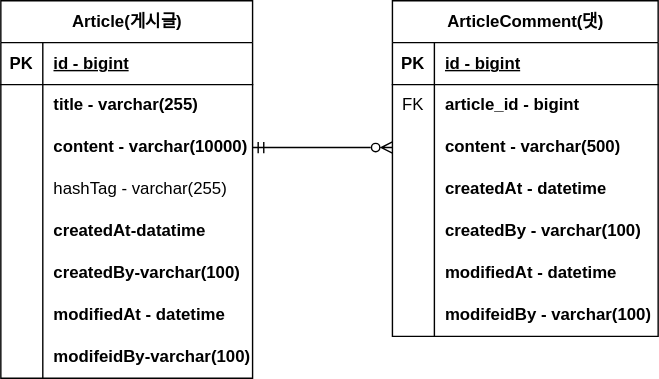
Before: document/project-board-erd.svg, a diagram exported from draw.io (mingang211/fastcampus-project-board). Source tidied: cells renumbered, new cells last; positions are measured from the earlier drawing's top-left corner, leaving out a move shared by most shapes.
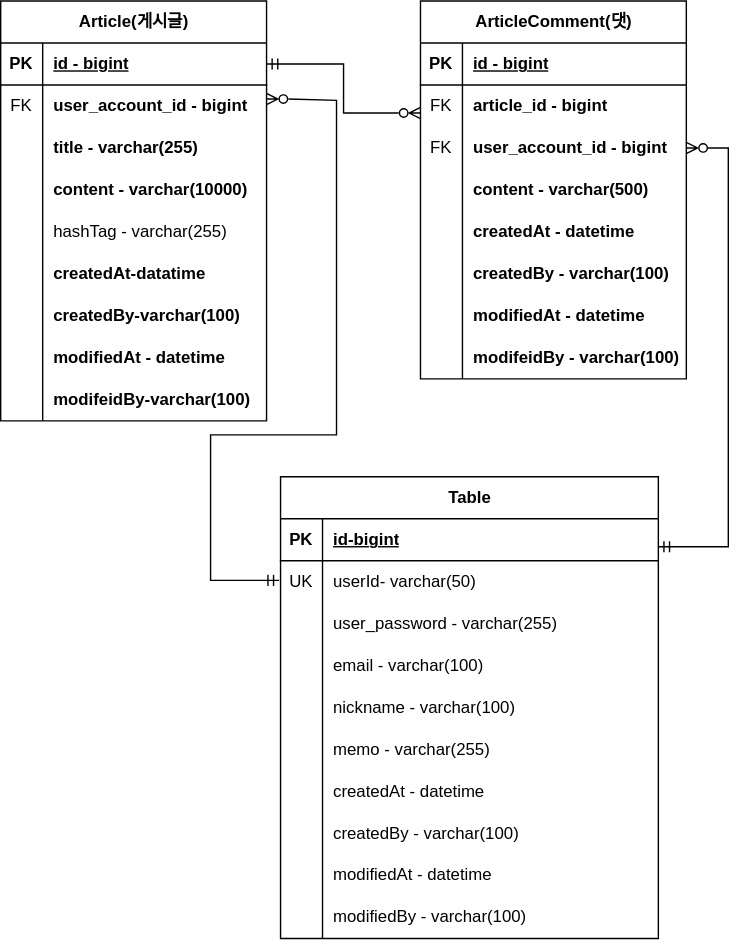
Above is the later version.

Change to the diagram source:
```diff
@@ -5,6 +5,6 @@
     <mxCell id="2" value="Article(게시글)" style="shape=table;startSize=30;rowLines=0;fontStyle=1;align=center;html=1;" parent="1" vertex="1">
-      <mxGeometry width="180" height="270" as="geometry" />
+      <mxGeometry width="190" height="300" as="geometry" />
     </mxCell>
     <mxCell id="3" style="shape=tableRow;horizontal=0;startSize=0;swimlaneHead=0;swimlaneBody=0;fillColor=none;points=[[0,0.5],[1,0.5]];portConstraint=eastwest;top=0;left=0;right=0;bottom=1;" parent="2" vertex="1">
-      <mxGeometry y="30" width="180" height="30" as="geometry" />
+      <mxGeometry y="30" width="190" height="30" as="geometry" />
     </mxCell>
@@ -14,15 +14,24 @@
     <mxCell id="5" value="id - bigint" style="shape=partialRectangle;fillColor=none;top=0;left=0;bottom=0;right=0;align=left;spacingLeft=6;fontStyle=5;overflow=hidden;whiteSpace=wrap;html=1;" parent="3" vertex="1">
-      <mxGeometry x="30" width="150" height="30" as="geometry" />
+      <mxGeometry x="30" width="160" height="30" as="geometry" />
     </mxCell>
     <mxCell id="6" style="shape=tableRow;horizontal=0;startSize=0;swimlaneHead=0;swimlaneBody=0;fillColor=none;top=0;left=0;right=0;bottom=0;" parent="2" vertex="1">
-      <mxGeometry y="60" width="180" height="30" as="geometry" />
+      <mxGeometry y="60" width="190" height="30" as="geometry" />
     </mxCell>
-    <mxCell id="7" style="shape=partialRectangle;fillColor=none;top=0;left=0;bottom=0;right=0;overflow=hidden;whiteSpace=wrap;html=1;" parent="6" vertex="1">
+    <mxCell id="7" value="FK" style="shape=partialRectangle;fillColor=none;top=0;left=0;bottom=0;right=0;overflow=hidden;whiteSpace=wrap;html=1;" parent="6" vertex="1">
       <mxGeometry width="30" height="30" as="geometry" />
     </mxCell>
-    <mxCell id="8" value="title - varchar(255)" style="shape=partialRectangle;fillColor=none;top=0;left=0;bottom=0;right=0;align=left;spacingLeft=6;overflow=hidden;whiteSpace=wrap;html=1;fontStyle=1;" parent="6" vertex="1">
-      <mxGeometry x="30" width="150" height="30" as="geometry" />
+    <mxCell id="8" value="user_account_id - bigint" style="shape=partialRectangle;fillColor=none;top=0;left=0;bottom=0;right=0;align=left;spacingLeft=6;overflow=hidden;whiteSpace=wrap;html=1;fontStyle=1;" parent="6" vertex="1">
+      <mxGeometry x="30" width="160" height="30" as="geometry" />
     </mxCell>
+    <mxCell id="50" style="shape=tableRow;horizontal=0;startSize=0;swimlaneHead=0;swimlaneBody=0;fillColor=none;top=0;left=0;right=0;bottom=0;" parent="2" vertex="1">
+      <mxGeometry y="90" width="190" height="30" as="geometry" />
+    </mxCell>
+    <mxCell id="51" style="shape=partialRectangle;fillColor=none;top=0;left=0;bottom=0;right=0;overflow=hidden;whiteSpace=wrap;html=1;" parent="50" vertex="1">
+      <mxGeometry width="30" height="30" as="geometry" />
+    </mxCell>
+    <mxCell id="52" value="title - varchar(255)" style="shape=partialRectangle;fillColor=none;top=0;left=0;bottom=0;right=0;align=left;spacingLeft=6;overflow=hidden;whiteSpace=wrap;html=1;fontStyle=1;" parent="50" vertex="1">
+      <mxGeometry x="30" width="160" height="30" as="geometry" />
+    </mxCell>
     <mxCell id="9" style="shape=tableRow;horizontal=0;startSize=0;swimlaneHead=0;swimlaneBody=0;fillColor=none;points=[[0,0.5],[1,0.5]];portConstraint=eastwest;top=0;left=0;right=0;bottom=0;" parent="2" vertex="1">
-      <mxGeometry y="90" width="180" height="30" as="geometry" />
+      <mxGeometry y="120" width="190" height="30" as="geometry" />
     </mxCell>
@@ -32,6 +41,6 @@
     <mxCell id="11" value="content - varchar(10000)" style="shape=partialRectangle;fillColor=none;top=0;left=0;bottom=0;right=0;align=left;spacingLeft=6;overflow=hidden;whiteSpace=wrap;html=1;fontStyle=1;" parent="9" vertex="1">
-      <mxGeometry x="30" width="150" height="30" as="geometry" />
+      <mxGeometry x="30" width="160" height="30" as="geometry" />
     </mxCell>
     <mxCell id="12" style="shape=tableRow;horizontal=0;startSize=0;swimlaneHead=0;swimlaneBody=0;fillColor=none;top=0;left=0;right=0;bottom=0;" parent="2" vertex="1">
-      <mxGeometry y="120" width="180" height="30" as="geometry" />
+      <mxGeometry y="150" width="190" height="30" as="geometry" />
     </mxCell>
@@ -41,6 +50,6 @@
     <mxCell id="14" value="hashTag - varchar(255)" style="shape=partialRectangle;fillColor=none;top=0;left=0;bottom=0;right=0;align=left;spacingLeft=6;overflow=hidden;whiteSpace=wrap;html=1;" parent="12" vertex="1">
-      <mxGeometry x="30" width="150" height="30" as="geometry" />
+      <mxGeometry x="30" width="160" height="30" as="geometry" />
     </mxCell>
     <mxCell id="15" style="shape=tableRow;horizontal=0;startSize=0;swimlaneHead=0;swimlaneBody=0;fillColor=none;top=0;left=0;right=0;bottom=0;" parent="2" vertex="1">
-      <mxGeometry y="150" width="180" height="30" as="geometry" />
+      <mxGeometry y="180" width="190" height="30" as="geometry" />
     </mxCell>
@@ -50,6 +59,6 @@
     <mxCell id="17" value="createdAt-datatime" style="shape=partialRectangle;fillColor=none;top=0;left=0;bottom=0;right=0;align=left;spacingLeft=6;overflow=hidden;whiteSpace=wrap;html=1;fontStyle=1;" parent="15" vertex="1">
-      <mxGeometry x="30" width="150" height="30" as="geometry" />
+      <mxGeometry x="30" width="160" height="30" as="geometry" />
     </mxCell>
     <mxCell id="18" style="shape=tableRow;horizontal=0;startSize=0;swimlaneHead=0;swimlaneBody=0;fillColor=none;top=0;left=0;right=0;bottom=0;" parent="2" vertex="1">
-      <mxGeometry y="180" width="180" height="30" as="geometry" />
+      <mxGeometry y="210" width="190" height="30" as="geometry" />
     </mxCell>
@@ -59,6 +68,6 @@
     <mxCell id="20" value="createdBy-varchar(100)" style="shape=partialRectangle;fillColor=none;top=0;left=0;bottom=0;right=0;align=left;spacingLeft=6;overflow=hidden;whiteSpace=wrap;html=1;fontStyle=1;" parent="18" vertex="1">
-      <mxGeometry x="30" width="150" height="30" as="geometry" />
+      <mxGeometry x="30" width="160" height="30" as="geometry" />
     </mxCell>
     <mxCell id="21" style="shape=tableRow;horizontal=0;startSize=0;swimlaneHead=0;swimlaneBody=0;fillColor=none;top=0;left=0;right=0;bottom=0;" parent="2" vertex="1">
-      <mxGeometry y="210" width="180" height="30" as="geometry" />
+      <mxGeometry y="240" width="190" height="30" as="geometry" />
     </mxCell>
@@ -68,6 +77,6 @@
     <mxCell id="23" value="modifiedAt - datetime" style="shape=partialRectangle;fillColor=none;top=0;left=0;bottom=0;right=0;align=left;spacingLeft=6;overflow=hidden;whiteSpace=wrap;html=1;fontStyle=1;" parent="21" vertex="1">
-      <mxGeometry x="30" width="150" height="30" as="geometry" />
+      <mxGeometry x="30" width="160" height="30" as="geometry" />
     </mxCell>
     <mxCell id="24" style="shape=tableRow;horizontal=0;startSize=0;swimlaneHead=0;swimlaneBody=0;fillColor=none;top=0;left=0;right=0;bottom=0;" parent="2" vertex="1">
-      <mxGeometry y="240" width="180" height="30" as="geometry" />
+      <mxGeometry y="270" width="190" height="30" as="geometry" />
     </mxCell>
@@ -77,6 +86,6 @@
     <mxCell id="26" value="modifeidBy-varchar(100)" style="shape=partialRectangle;fillColor=none;top=0;left=0;bottom=0;right=0;align=left;spacingLeft=6;overflow=hidden;whiteSpace=wrap;html=1;fontStyle=1;" parent="24" vertex="1">
-      <mxGeometry x="30" width="150" height="30" as="geometry" />
+      <mxGeometry x="30" width="160" height="30" as="geometry" />
     </mxCell>
     <mxCell id="27" value="ArticleComment(댓)" style="shape=table;startSize=30;rowLines=0;fontStyle=1;align=center;html=1;" parent="1" vertex="1">
-      <mxGeometry x="280" width="190" height="240" as="geometry" />
+      <mxGeometry x="300" width="190" height="270" as="geometry" />
     </mxCell>
@@ -100,4 +109,13 @@
     </mxCell>
+    <mxCell id="53" style="shape=tableRow;horizontal=0;startSize=0;swimlaneHead=0;swimlaneBody=0;fillColor=none;points=[[0,0.5],[1,0.5]];portConstraint=eastwest;top=0;left=0;right=0;bottom=0;" parent="27" vertex="1">
+      <mxGeometry y="90" width="190" height="30" as="geometry" />
+    </mxCell>
+    <mxCell id="54" value="FK" style="shape=partialRectangle;fillColor=none;top=0;left=0;bottom=0;right=0;overflow=hidden;whiteSpace=wrap;html=1;" parent="53" vertex="1">
+      <mxGeometry width="30" height="30" as="geometry" />
+    </mxCell>
+    <mxCell id="55" value="user_account_id - bigint" style="shape=partialRectangle;fillColor=none;top=0;left=0;bottom=0;right=0;align=left;spacingLeft=6;overflow=hidden;whiteSpace=wrap;html=1;fontStyle=1;" parent="53" vertex="1">
+      <mxGeometry x="30" width="160" height="30" as="geometry" />
+    </mxCell>
     <mxCell id="34" style="shape=tableRow;horizontal=0;startSize=0;swimlaneHead=0;swimlaneBody=0;fillColor=none;points=[[0,0.5],[1,0.5]];portConstraint=eastwest;top=0;left=0;right=0;bottom=0;" parent="27" vertex="1">
-      <mxGeometry y="90" width="190" height="30" as="geometry" />
+      <mxGeometry y="120" width="190" height="30" as="geometry" />
     </mxCell>
@@ -110,3 +128,3 @@
     <mxCell id="37" style="shape=tableRow;horizontal=0;startSize=0;swimlaneHead=0;swimlaneBody=0;fillColor=none;top=0;left=0;right=0;bottom=0;" parent="27" vertex="1">
-      <mxGeometry y="120" width="190" height="30" as="geometry" />
+      <mxGeometry y="150" width="190" height="30" as="geometry" />
     </mxCell>
@@ -119,3 +137,3 @@
     <mxCell id="40" style="shape=tableRow;horizontal=0;startSize=0;swimlaneHead=0;swimlaneBody=0;fillColor=none;top=0;left=0;right=0;bottom=0;" parent="27" vertex="1">
-      <mxGeometry y="150" width="190" height="30" as="geometry" />
+      <mxGeometry y="180" width="190" height="30" as="geometry" />
     </mxCell>
@@ -128,3 +146,3 @@
     <mxCell id="43" style="shape=tableRow;horizontal=0;startSize=0;swimlaneHead=0;swimlaneBody=0;fillColor=none;top=0;left=0;right=0;bottom=0;" parent="27" vertex="1">
-      <mxGeometry y="180" width="190" height="30" as="geometry" />
+      <mxGeometry y="210" width="190" height="30" as="geometry" />
     </mxCell>
@@ -137,3 +155,3 @@
     <mxCell id="46" style="shape=tableRow;horizontal=0;startSize=0;swimlaneHead=0;swimlaneBody=0;fillColor=none;top=0;left=0;right=0;bottom=0;" parent="27" vertex="1">
-      <mxGeometry y="210" width="190" height="30" as="geometry" />
+      <mxGeometry y="240" width="190" height="30" as="geometry" />
     </mxCell>
@@ -145,5 +163,125 @@
     </mxCell>
-    <mxCell id="49" style="edgeStyle=orthogonalEdgeStyle;rounded=0;jettySize=auto;html=1;entryX=0;entryY=0.5;entryDx=0;entryDy=0;endArrow=ERzeroToMany;endFill=0;startArrow=ERmandOne;startFill=0;" parent="1" edge="1" source="9" target="34">
+    <mxCell id="49" style="edgeStyle=orthogonalEdgeStyle;rounded=0;jettySize=auto;html=1;entryX=0;entryY=0.667;entryDx=0;entryDy=0;endArrow=ERzeroToMany;endFill=0;startArrow=ERmandOne;startFill=0;exitX=1;exitY=0.5;exitDx=0;exitDy=0;entryPerimeter=0;" parent="1" edge="1" source="3" target="31">
       <mxGeometry relative="1" as="geometry" />
     </mxCell>
+    <mxCell id="56" value="Table" style="shape=table;startSize=30;rowLines=0;fontStyle=1;align=center;html=1;" parent="1" vertex="1">
+      <mxGeometry x="200" y="340" width="270" height="330" as="geometry" />
+    </mxCell>
+    <mxCell id="57" style="shape=tableRow;horizontal=0;startSize=0;swimlaneHead=0;swimlaneBody=0;fillColor=none;top=0;left=0;right=0;bottom=1;" parent="56" vertex="1">
+      <mxGeometry y="30" width="270" height="30" as="geometry" />
+    </mxCell>
+    <mxCell id="58" value="PK" style="shape=partialRectangle;fillColor=none;top=0;left=0;bottom=0;right=0;fontStyle=1;overflow=hidden;whiteSpace=wrap;html=1;" parent="57" vertex="1">
+      <mxGeometry width="30" height="30" as="geometry" />
+    </mxCell>
+    <mxCell id="59" value="id-bigint" style="shape=partialRectangle;fillColor=none;top=0;left=0;bottom=0;right=0;align=left;spacingLeft=6;fontStyle=5;overflow=hidden;whiteSpace=wrap;html=1;" parent="57" vertex="1">
+      <mxGeometry x="30" width="240" height="30" as="geometry" />
+    </mxCell>
+    <mxCell id="60" style="shape=tableRow;horizontal=0;startSize=0;swimlaneHead=0;swimlaneBody=0;fillColor=none;top=0;left=0;right=0;bottom=0;" parent="56" vertex="1">
+      <mxGeometry y="60" width="270" height="30" as="geometry" />
+    </mxCell>
+    <mxCell id="61" value="UK" style="shape=partialRectangle;fillColor=none;top=0;left=0;bottom=0;right=0;overflow=hidden;whiteSpace=wrap;html=1;" parent="60" vertex="1">
+      <mxGeometry width="30" height="30" as="geometry" />
+    </mxCell>
+    <mxCell id="62" value="userId- varchar(50)" style="shape=partialRectangle;fillColor=none;top=0;left=0;bottom=0;right=0;align=left;spacingLeft=6;overflow=hidden;whiteSpace=wrap;html=1;" parent="60" vertex="1">
+      <mxGeometry x="30" width="240" height="30" as="geometry" />
+    </mxCell>
+    <mxCell id="63" style="shape=tableRow;horizontal=0;startSize=0;swimlaneHead=0;swimlaneBody=0;fillColor=none;top=0;left=0;right=0;bottom=0;" parent="56" vertex="1">
+      <mxGeometry y="90" width="270" height="30" as="geometry" />
+    </mxCell>
+    <mxCell id="64" style="shape=partialRectangle;fillColor=none;top=0;left=0;bottom=0;right=0;overflow=hidden;whiteSpace=wrap;html=1;" parent="63" vertex="1">
+      <mxGeometry width="30" height="30" as="geometry" />
+    </mxCell>
+    <mxCell id="65" value="user_password - varchar(255)" style="shape=partialRectangle;fillColor=none;top=0;left=0;bottom=0;right=0;align=left;spacingLeft=6;overflow=hidden;whiteSpace=wrap;html=1;" parent="63" vertex="1">
+      <mxGeometry x="30" width="240" height="30" as="geometry" />
+    </mxCell>
+    <mxCell id="66" style="shape=tableRow;horizontal=0;startSize=0;swimlaneHead=0;swimlaneBody=0;fillColor=none;top=0;left=0;right=0;bottom=0;" parent="56" vertex="1">
+      <mxGeometry y="120" width="270" height="30" as="geometry" />
+    </mxCell>
+    <mxCell id="67" style="shape=partialRectangle;fillColor=none;top=0;left=0;bottom=0;right=0;overflow=hidden;whiteSpace=wrap;html=1;" parent="66" vertex="1">
+      <mxGeometry width="30" height="30" as="geometry" />
+    </mxCell>
+    <mxCell id="68" value="email - varchar(100)" style="shape=partialRectangle;fillColor=none;top=0;left=0;bottom=0;right=0;align=left;spacingLeft=6;overflow=hidden;whiteSpace=wrap;html=1;" parent="66" vertex="1">
+      <mxGeometry x="30" width="240" height="30" as="geometry" />
+    </mxCell>
+    <mxCell id="69" style="shape=tableRow;horizontal=0;startSize=0;swimlaneHead=0;swimlaneBody=0;fillColor=none;top=0;left=0;right=0;bottom=0;" parent="56" vertex="1">
+      <mxGeometry y="150" width="270" height="30" as="geometry" />
+    </mxCell>
+    <mxCell id="70" style="shape=partialRectangle;fillColor=none;top=0;left=0;bottom=0;right=0;overflow=hidden;whiteSpace=wrap;html=1;" parent="69" vertex="1">
+      <mxGeometry width="30" height="30" as="geometry" />
+    </mxCell>
+    <mxCell id="71" value="nickname - varchar(100)" style="shape=partialRectangle;fillColor=none;top=0;left=0;bottom=0;right=0;align=left;spacingLeft=6;overflow=hidden;whiteSpace=wrap;html=1;" parent="69" vertex="1">
+      <mxGeometry x="30" width="240" height="30" as="geometry" />
+    </mxCell>
+    <mxCell id="72" style="shape=tableRow;horizontal=0;startSize=0;swimlaneHead=0;swimlaneBody=0;fillColor=none;top=0;left=0;right=0;bottom=0;" parent="56" vertex="1">
+      <mxGeometry y="180" width="270" height="30" as="geometry" />
+    </mxCell>
+    <mxCell id="73" style="shape=partialRectangle;fillColor=none;top=0;left=0;bottom=0;right=0;overflow=hidden;whiteSpace=wrap;html=1;" parent="72" vertex="1">
+      <mxGeometry width="30" height="30" as="geometry" />
+    </mxCell>
+    <mxCell id="74" value="memo - varchar(255)" style="shape=partialRectangle;fillColor=none;top=0;left=0;bottom=0;right=0;align=left;spacingLeft=6;overflow=hidden;whiteSpace=wrap;html=1;" parent="72" vertex="1">
+      <mxGeometry x="30" width="240" height="30" as="geometry" />
+    </mxCell>
+    <mxCell id="75" style="shape=tableRow;horizontal=0;startSize=0;swimlaneHead=0;swimlaneBody=0;fillColor=none;top=0;left=0;right=0;bottom=0;" parent="56" vertex="1">
+      <mxGeometry y="210" width="270" height="30" as="geometry" />
+    </mxCell>
+    <mxCell id="76" style="shape=partialRectangle;fillColor=none;top=0;left=0;bottom=0;right=0;overflow=hidden;whiteSpace=wrap;html=1;" parent="75" vertex="1">
+      <mxGeometry width="30" height="30" as="geometry" />
+    </mxCell>
+    <mxCell id="77" value="createdAt - datetime" style="shape=partialRectangle;fillColor=none;top=0;left=0;bottom=0;right=0;align=left;spacingLeft=6;overflow=hidden;whiteSpace=wrap;html=1;" parent="75" vertex="1">
+      <mxGeometry x="30" width="240" height="30" as="geometry" />
+    </mxCell>
+    <mxCell id="78" style="shape=tableRow;horizontal=0;startSize=0;swimlaneHead=0;swimlaneBody=0;fillColor=none;top=0;left=0;right=0;bottom=0;" parent="56" vertex="1">
+      <mxGeometry y="240" width="270" height="30" as="geometry" />
+    </mxCell>
+    <mxCell id="79" style="shape=partialRectangle;fillColor=none;top=0;left=0;bottom=0;right=0;overflow=hidden;whiteSpace=wrap;html=1;" parent="78" vertex="1">
+      <mxGeometry width="30" height="30" as="geometry" />
+    </mxCell>
+    <mxCell id="80" value="createdBy - varchar(100)" style="shape=partialRectangle;fillColor=none;top=0;left=0;bottom=0;right=0;align=left;spacingLeft=6;overflow=hidden;whiteSpace=wrap;html=1;" parent="78" vertex="1">
+      <mxGeometry x="30" width="240" height="30" as="geometry" />
+    </mxCell>
+    <mxCell id="81" style="shape=tableRow;horizontal=0;startSize=0;swimlaneHead=0;swimlaneBody=0;fillColor=none;top=0;left=0;right=0;bottom=0;" parent="56" vertex="1">
+      <mxGeometry y="270" width="270" height="30" as="geometry" />
+    </mxCell>
+    <mxCell id="82" style="shape=partialRectangle;fillColor=none;top=0;left=0;bottom=0;right=0;overflow=hidden;whiteSpace=wrap;html=1;" parent="81" vertex="1">
+      <mxGeometry width="30" height="30" as="geometry" />
+    </mxCell>
+    <mxCell id="83" value="modifiedAt - datetime" style="shape=partialRectangle;fillColor=none;top=0;left=0;bottom=0;right=0;align=left;spacingLeft=6;overflow=hidden;whiteSpace=wrap;html=1;" parent="81" vertex="1">
+      <mxGeometry x="30" width="240" height="30" as="geometry" />
+    </mxCell>
+    <mxCell id="84" style="shape=tableRow;horizontal=0;startSize=0;swimlaneHead=0;swimlaneBody=0;fillColor=none;top=0;left=0;right=0;bottom=0;" parent="56" vertex="1">
+      <mxGeometry y="300" width="270" height="30" as="geometry" />
+    </mxCell>
+    <mxCell id="85" style="shape=partialRectangle;fillColor=none;top=0;left=0;bottom=0;right=0;overflow=hidden;whiteSpace=wrap;html=1;" parent="84" vertex="1">
+      <mxGeometry width="30" height="30" as="geometry" />
+    </mxCell>
+    <mxCell id="86" value="modifiedBy - varchar(100)" style="shape=partialRectangle;fillColor=none;top=0;left=0;bottom=0;right=0;align=left;spacingLeft=6;overflow=hidden;whiteSpace=wrap;html=1;" parent="84" vertex="1">
+      <mxGeometry x="30" width="240" height="30" as="geometry" />
+    </mxCell>
+    <mxCell id="87" style="edgeStyle=entityRelationEdgeStyle;fontSize=12;html=1;endArrow=ERzeroToMany;startArrow=ERmandOne;rounded=0;exitX=1;exitY=0.5;exitDx=0;exitDy=0;endFill=0;" parent="1" edge="1" target="53">
+      <mxGeometry relative="1" as="geometry">
+        <mxPoint x="470" y="390" as="sourcePoint" />
+        <Array as="points">
+          <mxPoint x="250" y="135" />
+          <mxPoint x="420" y="225" />
+          <mxPoint x="240" y="175" />
+          <mxPoint x="370" y="295" />
+          <mxPoint x="220" y="165" />
+          <mxPoint x="260" y="95" />
+        </Array>
+      </mxGeometry>
+    </mxCell>
+    <mxCell id="88" style="edgeStyle=orthogonalEdgeStyle;rounded=0;orthogonalLoop=1;jettySize=auto;html=1;jumpStyle=sharp;endArrow=ERmandOne;endFill=0;startArrow=ERzeroToMany;startFill=0;" parent="1" edge="1">
+      <mxGeometry relative="1" as="geometry">
+        <mxPoint x="190" y="70" as="sourcePoint" />
+        <mxPoint x="199" y="414" as="targetPoint" />
+        <Array as="points">
+          <mxPoint x="200" y="70" />
+          <mxPoint x="200" y="71" />
+          <mxPoint x="240" y="71" />
+          <mxPoint x="240" y="310" />
+          <mxPoint x="150" y="310" />
+          <mxPoint x="150" y="414" />
+        </Array>
+      </mxGeometry>
+    </mxCell>
   </root>
```
